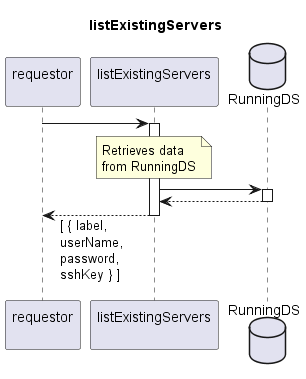
The PlantUML diagram spec/Services/listExistingServers/1.0.0/listExistingServers.png in openBackhaul/FirmWareManager, before a commit.
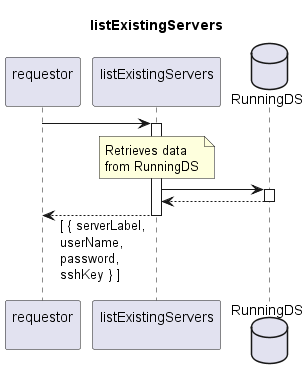
After the commit.

What changed in the source:
```diff
@@ -21,7 +21,7 @@
   lServer <-- RunDS
   deactivate RunDS
 
-requestor <-- lServer: [ { label,\nuserName,\npassword,\nsshKey } ]
+requestor <-- lServer: [ { serverLabel,\nuserName,\npassword,\nsshKey } ]
 deactivate lServer
 
 @enduml
```
